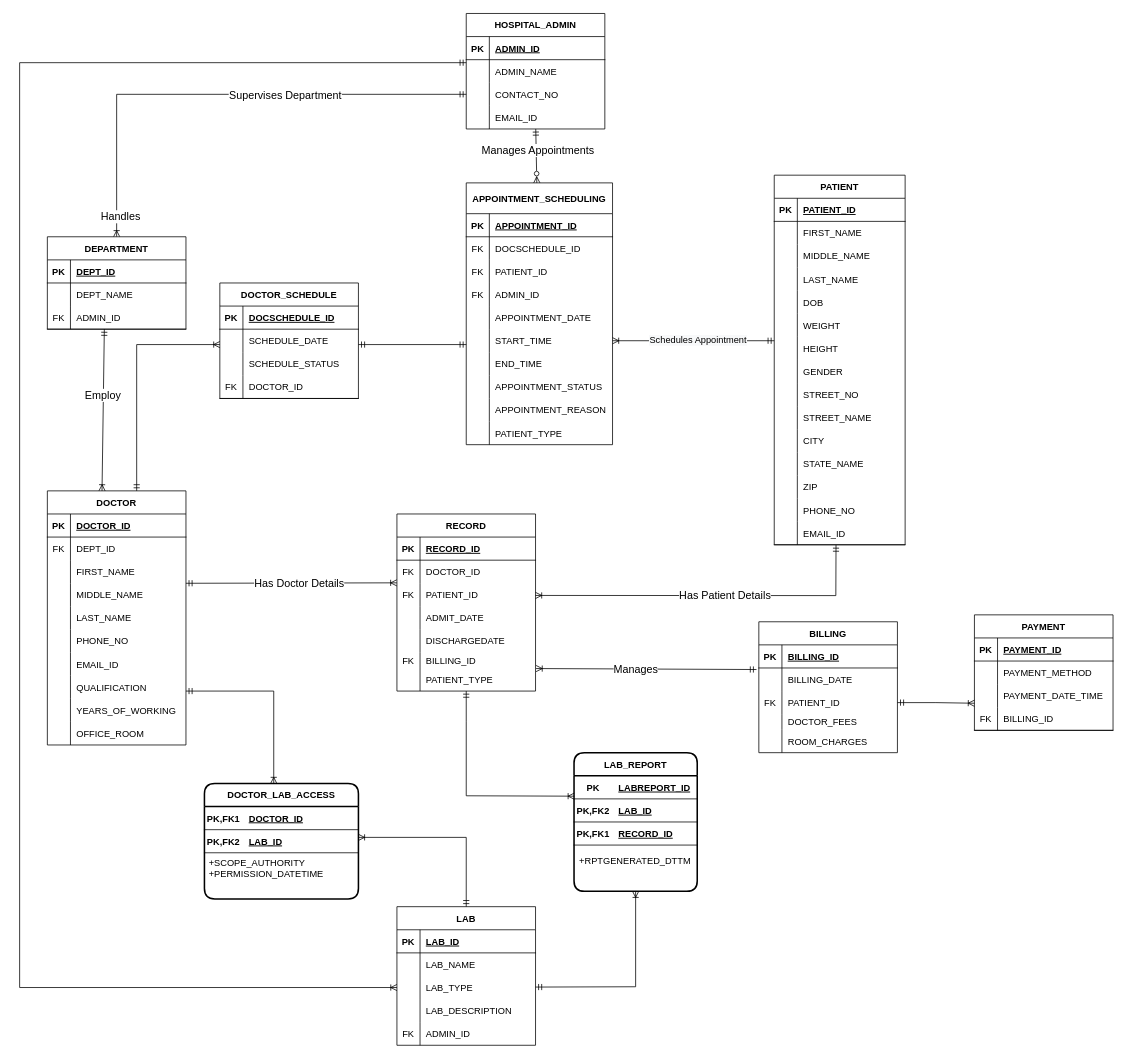
KashyapKompella/DAMG6210_HospitalManagementDatabase keeps this draw.io diagram as Untitled Diagram.drawio. Above is the earlier version. Source tidied: cells renumbered, new cells numbered last; positions are measured from the earlier drawing's top-left corner, leaving out a move shared by most shapes. Both pictures are drawn from the tidied source at 77%, with x=0, y=0 at pixel (19, 13).
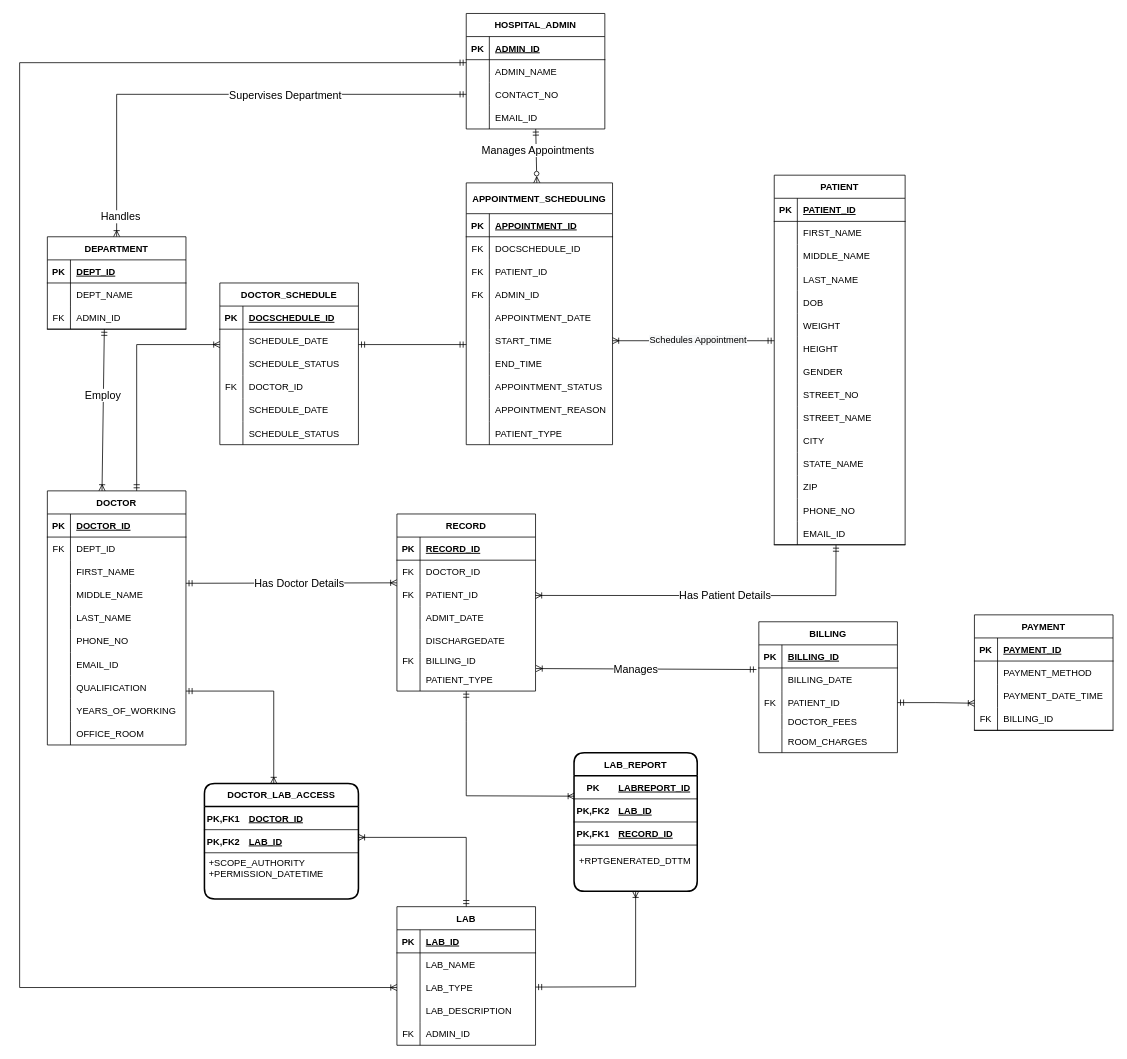
The same diagram, later.

The edit, as a diff of the source:
```diff
@@
     <mxCell id="215" value="DOCTOR_SCHEDULE" style="shape=table;startSize=30;childLayout=tableLayout;rowLines=0;fontStyle=1;align=center;fontSize=12;" parent="1" vertex="1">
-      <mxGeometry x="260" y="350" width="180" height="150" as="geometry" />
+      <mxGeometry x="260" y="350" width="180" height="210" as="geometry" />
     </mxCell>
@@
-    <mxCell id="225" style="shape=tableRow;horizontal=0;startSize=0;swimlaneHead=0;swimlaneBody=0;fillColor=none;top=0;left=0;right=0;bottom=1;fontSize=12;" parent="215" vertex="1">
+    <mxCell id="225" style="shape=tableRow;horizontal=0;startSize=0;swimlaneHead=0;swimlaneBody=0;fillColor=none;top=0;left=0;right=0;bottom=0;fontSize=12;" parent="215" vertex="1">
       <mxGeometry y="120" width="180" height="30" as="geometry" />
     </mxCell>
@@
+    <mxCell id="258" style="shape=tableRow;horizontal=0;startSize=0;swimlaneHead=0;swimlaneBody=0;fillColor=none;top=0;left=0;right=0;bottom=0;fontSize=12;" parent="215" vertex="1">
+      <mxGeometry y="150" width="180" height="30" as="geometry" />
+    </mxCell>
+    <mxCell id="259" style="shape=partialRectangle;fillColor=none;top=0;left=0;bottom=0;right=0;overflow=hidden;fontSize=12;" parent="258" vertex="1">
+      <mxGeometry width="30" height="30" as="geometry" />
+    </mxCell>
+    <mxCell id="260" value="SCHEDULE_DATE" style="shape=partialRectangle;fillColor=none;top=0;left=0;bottom=0;right=0;align=left;spacingLeft=6;overflow=hidden;fontSize=12;" parent="258" vertex="1">
+      <mxGeometry x="30" width="150" height="30" as="geometry" />
+    </mxCell>
+    <mxCell id="261" style="shape=tableRow;horizontal=0;startSize=0;swimlaneHead=0;swimlaneBody=0;fillColor=none;top=0;left=0;right=0;bottom=0;fontSize=12;" parent="215" vertex="1">
+      <mxGeometry y="180" width="180" height="30" as="geometry" />
+    </mxCell>
+    <mxCell id="262" style="shape=partialRectangle;fillColor=none;top=0;left=0;bottom=0;right=0;overflow=hidden;fontSize=12;" parent="261" vertex="1">
+      <mxGeometry width="30" height="30" as="geometry" />
+    </mxCell>
+    <mxCell id="263" value="SCHEDULE_STATUS" style="shape=partialRectangle;fillColor=none;top=0;left=0;bottom=0;right=0;align=left;spacingLeft=6;overflow=hidden;fontSize=12;" parent="261" vertex="1">
+      <mxGeometry x="30" width="150" height="30" as="geometry" />
+    </mxCell>
```
